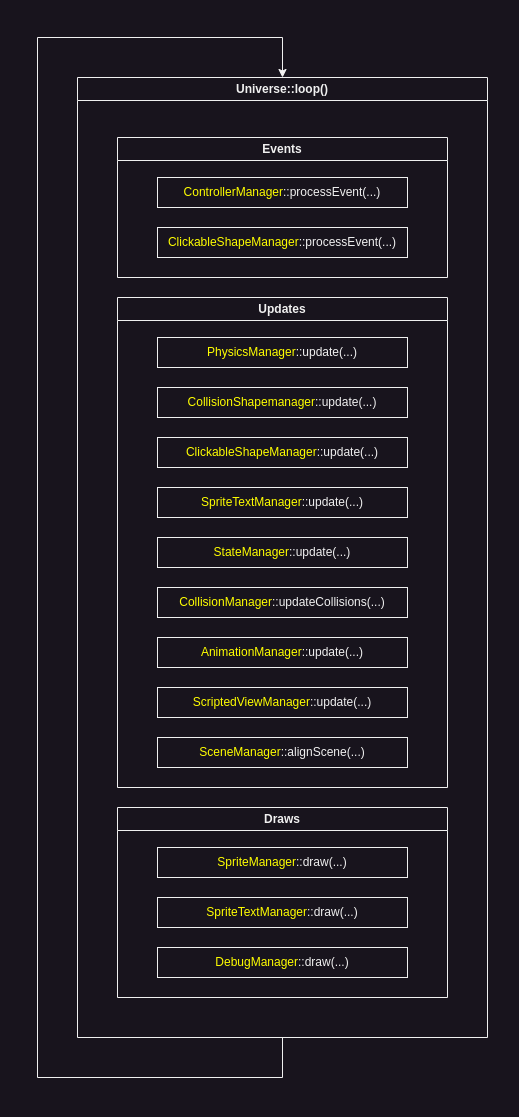
Earlier version of the draw.io export notes/Loop.drawio.png (codeandjoy/SGE). Source tidied: cells renumbered, new cells last; positions are measured from the earlier drawing's top-left corner, leaving out a move shared by most shapes. The source it was exported from:
```xml
<mxGraphModel>
  <root>
    <mxCell id="0" />
    <mxCell id="1" parent="0" />
    <mxCell id="2" value="Universe::loop()" style="swimlane;whiteSpace=wrap;html=1;" parent="1" vertex="1">
      <mxGeometry x="40" y="40" width="410" height="960" as="geometry" />
    </mxCell>
    <mxCell id="3" value="Draws" style="swimlane;whiteSpace=wrap;html=1;startSize=23;" parent="2" vertex="1">
      <mxGeometry x="40" y="730" width="330" height="190" as="geometry" />
    </mxCell>
    <mxCell id="4" value="&lt;font color=&quot;#ffff00&quot;&gt;SpriteManager&lt;/font&gt;::draw(...)" style="rounded=0;whiteSpace=wrap;html=1;" parent="3" vertex="1">
      <mxGeometry x="40" y="40" width="250" height="30" as="geometry" />
    </mxCell>
    <mxCell id="5" value="&lt;font color=&quot;#ffff00&quot;&gt;SpriteTextManager&lt;/font&gt;::draw(...)" style="rounded=0;whiteSpace=wrap;html=1;" parent="3" vertex="1">
      <mxGeometry x="40" y="90" width="250" height="30" as="geometry" />
    </mxCell>
    <mxCell id="6" value="&lt;font color=&quot;#ffff00&quot;&gt;DebugManager&lt;/font&gt;::draw(...)" style="rounded=0;whiteSpace=wrap;html=1;" parent="3" vertex="1">
      <mxGeometry x="40" y="140" width="250" height="30" as="geometry" />
    </mxCell>
    <mxCell id="7" value="Updates" style="swimlane;whiteSpace=wrap;html=1;startSize=23;" parent="2" vertex="1">
      <mxGeometry x="40" y="220" width="330" height="490" as="geometry" />
    </mxCell>
    <mxCell id="8" value="&lt;font color=&quot;#ffff00&quot;&gt;PhysicsManager&lt;/font&gt;::update(...)" style="rounded=0;whiteSpace=wrap;html=1;" parent="7" vertex="1">
      <mxGeometry x="40" y="40" width="250" height="30" as="geometry" />
    </mxCell>
    <mxCell id="9" value="&lt;font color=&quot;#ffff00&quot;&gt;CollisionShapemanager&lt;/font&gt;::update(...)" style="rounded=0;whiteSpace=wrap;html=1;" parent="7" vertex="1">
      <mxGeometry x="40" y="90" width="250" height="30" as="geometry" />
    </mxCell>
    <mxCell id="10" value="&lt;font color=&quot;#ffff00&quot;&gt;ClickableShapeManager&lt;/font&gt;::update(...)" style="rounded=0;whiteSpace=wrap;html=1;" parent="7" vertex="1">
      <mxGeometry x="40" y="140" width="250" height="30" as="geometry" />
    </mxCell>
    <mxCell id="11" value="&lt;font color=&quot;#ffff00&quot;&gt;SpriteTextManager&lt;/font&gt;::update(...)" style="rounded=0;whiteSpace=wrap;html=1;" parent="7" vertex="1">
      <mxGeometry x="40" y="190" width="250" height="30" as="geometry" />
    </mxCell>
    <mxCell id="12" value="&lt;font color=&quot;#ffff00&quot;&gt;StateManager&lt;/font&gt;::update(...)" style="rounded=0;whiteSpace=wrap;html=1;" parent="7" vertex="1">
      <mxGeometry x="40" y="240" width="250" height="30" as="geometry" />
    </mxCell>
    <mxCell id="13" value="&lt;font color=&quot;#ffff00&quot;&gt;CollisionManager&lt;/font&gt;::updateCollisions(...)" style="rounded=0;whiteSpace=wrap;html=1;" parent="7" vertex="1">
      <mxGeometry x="40" y="290" width="250" height="30" as="geometry" />
    </mxCell>
    <mxCell id="14" value="&lt;font color=&quot;#ffff00&quot;&gt;AnimationManager&lt;/font&gt;::update(...)" style="rounded=0;whiteSpace=wrap;html=1;" parent="7" vertex="1">
      <mxGeometry x="40" y="340" width="250" height="30" as="geometry" />
    </mxCell>
    <mxCell id="15" value="&lt;font color=&quot;#ffff00&quot;&gt;ScriptedViewManager&lt;/font&gt;::update(...)" style="rounded=0;whiteSpace=wrap;html=1;" parent="7" vertex="1">
      <mxGeometry x="40" y="390" width="250" height="30" as="geometry" />
    </mxCell>
    <mxCell id="16" value="&lt;font color=&quot;#ffff00&quot;&gt;SceneManager&lt;/font&gt;::alignScene(...)" style="rounded=0;whiteSpace=wrap;html=1;" parent="7" vertex="1">
      <mxGeometry x="40" y="440" width="250" height="30" as="geometry" />
    </mxCell>
    <mxCell id="17" value="Events" style="swimlane;whiteSpace=wrap;html=1;startSize=23;" parent="2" vertex="1">
      <mxGeometry x="40" y="60" width="330" height="140" as="geometry" />
    </mxCell>
    <mxCell id="18" value="&lt;font color=&quot;#ffff00&quot;&gt;ControllerManager&lt;/font&gt;::processEvent(...)" style="rounded=0;whiteSpace=wrap;html=1;" parent="17" vertex="1">
      <mxGeometry x="40" y="40" width="250" height="30" as="geometry" />
    </mxCell>
    <mxCell id="19" value="&lt;font color=&quot;#ffff00&quot;&gt;ClickableShapeManager&lt;/font&gt;::processEvent(...)" style="rounded=0;whiteSpace=wrap;html=1;" parent="17" vertex="1">
      <mxGeometry x="40" y="90" width="250" height="30" as="geometry" />
    </mxCell>
    <mxCell id="20" style="edgeStyle=orthogonalEdgeStyle;rounded=0;orthogonalLoop=1;jettySize=auto;html=1;exitX=0.5;exitY=1;exitDx=0;exitDy=0;entryX=0.5;entryY=0;entryDx=0;entryDy=0;" parent="1" edge="1" source="2" target="2">
      <mxGeometry relative="1" as="geometry">
        <Array as="points">
          <mxPoint x="245" y="1040" />
          <mxPoint y="1040" />
          <mxPoint />
          <mxPoint x="245" />
        </Array>
      </mxGeometry>
    </mxCell>
  </root>
</mxGraphModel>
```
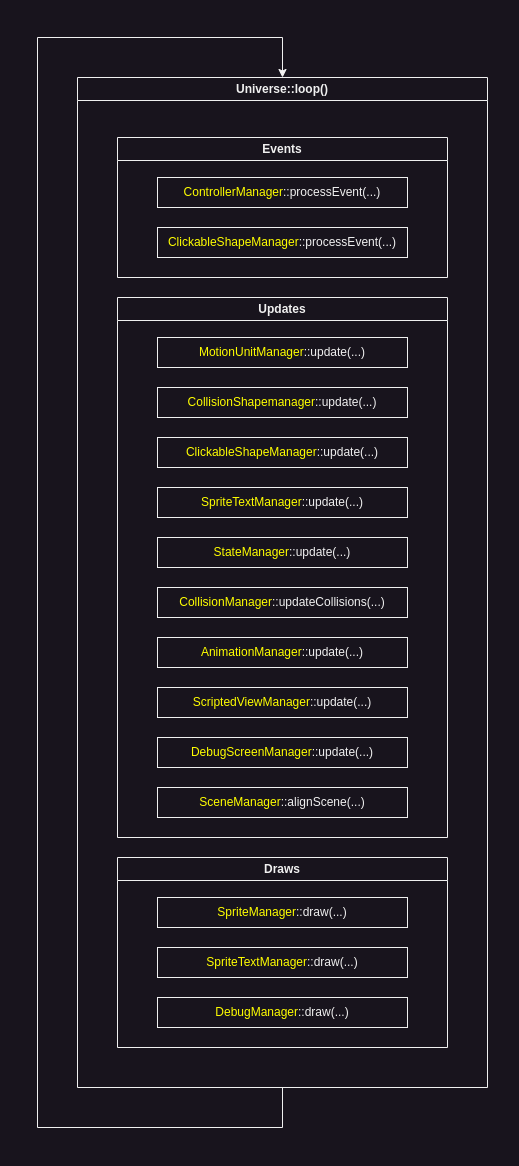
Later version of the same file.

What changed in the source:
```diff
@@ -3,10 +3,10 @@
     <mxCell id="0" />
     <mxCell id="1" parent="0" />
     <mxCell id="2" value="Universe::loop()" style="swimlane;whiteSpace=wrap;html=1;" parent="1" vertex="1">
-      <mxGeometry x="40" y="40" width="410" height="960" as="geometry" />
+      <mxGeometry x="40" y="40" width="410" height="1010" as="geometry" />
     </mxCell>
     <mxCell id="3" value="Draws" style="swimlane;whiteSpace=wrap;html=1;startSize=23;" parent="2" vertex="1">
-      <mxGeometry x="40" y="730" width="330" height="190" as="geometry" />
+      <mxGeometry x="40" y="780" width="330" height="190" as="geometry" />
     </mxCell>
     <mxCell id="4" value="&lt;font color=&quot;#ffff00&quot;&gt;SpriteManager&lt;/font&gt;::draw(...)" style="rounded=0;whiteSpace=wrap;html=1;" parent="3" vertex="1">
       <mxGeometry x="40" y="40" width="250" height="30" as="geometry" />
@@ -18,9 +18,9 @@
       <mxGeometry x="40" y="140" width="250" height="30" as="geometry" />
     </mxCell>
     <mxCell id="7" value="Updates" style="swimlane;whiteSpace=wrap;html=1;startSize=23;" parent="2" vertex="1">
-      <mxGeometry x="40" y="220" width="330" height="490" as="geometry" />
+      <mxGeometry x="40" y="220" width="330" height="540" as="geometry" />
     </mxCell>
-    <mxCell id="8" value="&lt;font color=&quot;#ffff00&quot;&gt;PhysicsManager&lt;/font&gt;::update(...)" style="rounded=0;whiteSpace=wrap;html=1;" parent="7" vertex="1">
+    <mxCell id="8" value="&lt;font color=&quot;#ffff00&quot;&gt;MotionUnitManager&lt;/font&gt;::update(...)" style="rounded=0;whiteSpace=wrap;html=1;" parent="7" vertex="1">
       <mxGeometry x="40" y="40" width="250" height="30" as="geometry" />
     </mxCell>
     <mxCell id="9" value="&lt;font color=&quot;#ffff00&quot;&gt;CollisionShapemanager&lt;/font&gt;::update(...)" style="rounded=0;whiteSpace=wrap;html=1;" parent="7" vertex="1">
@@ -45,8 +45,11 @@
       <mxGeometry x="40" y="390" width="250" height="30" as="geometry" />
     </mxCell>
     <mxCell id="16" value="&lt;font color=&quot;#ffff00&quot;&gt;SceneManager&lt;/font&gt;::alignScene(...)" style="rounded=0;whiteSpace=wrap;html=1;" parent="7" vertex="1">
-      <mxGeometry x="40" y="440" width="250" height="30" as="geometry" />
+      <mxGeometry x="40" y="490" width="250" height="30" as="geometry" />
     </mxCell>
+    <mxCell id="21" value="&lt;font color=&quot;#ffff00&quot;&gt;DebugScreenManager&lt;/font&gt;::update(...)" style="rounded=0;whiteSpace=wrap;html=1;" parent="7" vertex="1">
+      <mxGeometry x="40" y="440" width="250" height="30" as="geometry" />
+    </mxCell>
     <mxCell id="17" value="Events" style="swimlane;whiteSpace=wrap;html=1;startSize=23;" parent="2" vertex="1">
       <mxGeometry x="40" y="60" width="330" height="140" as="geometry" />
     </mxCell>
@@ -59,8 +62,8 @@
     <mxCell id="20" style="edgeStyle=orthogonalEdgeStyle;rounded=0;orthogonalLoop=1;jettySize=auto;html=1;exitX=0.5;exitY=1;exitDx=0;exitDy=0;entryX=0.5;entryY=0;entryDx=0;entryDy=0;" parent="1" edge="1" source="2" target="2">
       <mxGeometry relative="1" as="geometry">
         <Array as="points">
-          <mxPoint x="245" y="1040" />
-          <mxPoint y="1040" />
+          <mxPoint x="245" y="1090" />
+          <mxPoint y="1090" />
           <mxPoint />
           <mxPoint x="245" />
         </Array>
```
